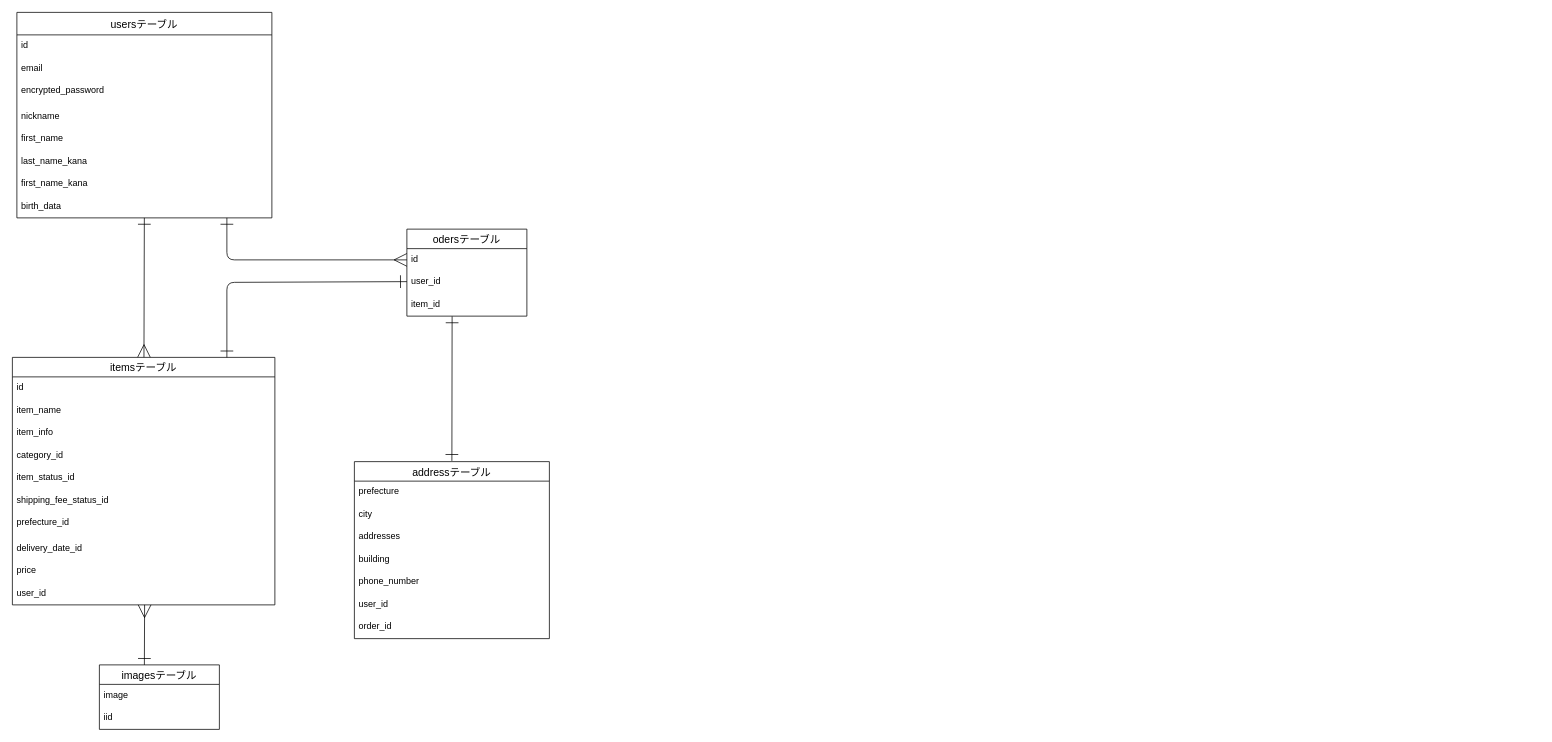
Before: furima.dio in toyotsushima/FURIMA, a draw.io diagram. Source tidied: cells renumbered, new cells numbered last; positions are measured from the earlier drawing's top-left corner, leaving out a move shared by most shapes. Both pictures are drawn from the tidied source at 75%, with x=0, y=0 at pixel (12, 12).
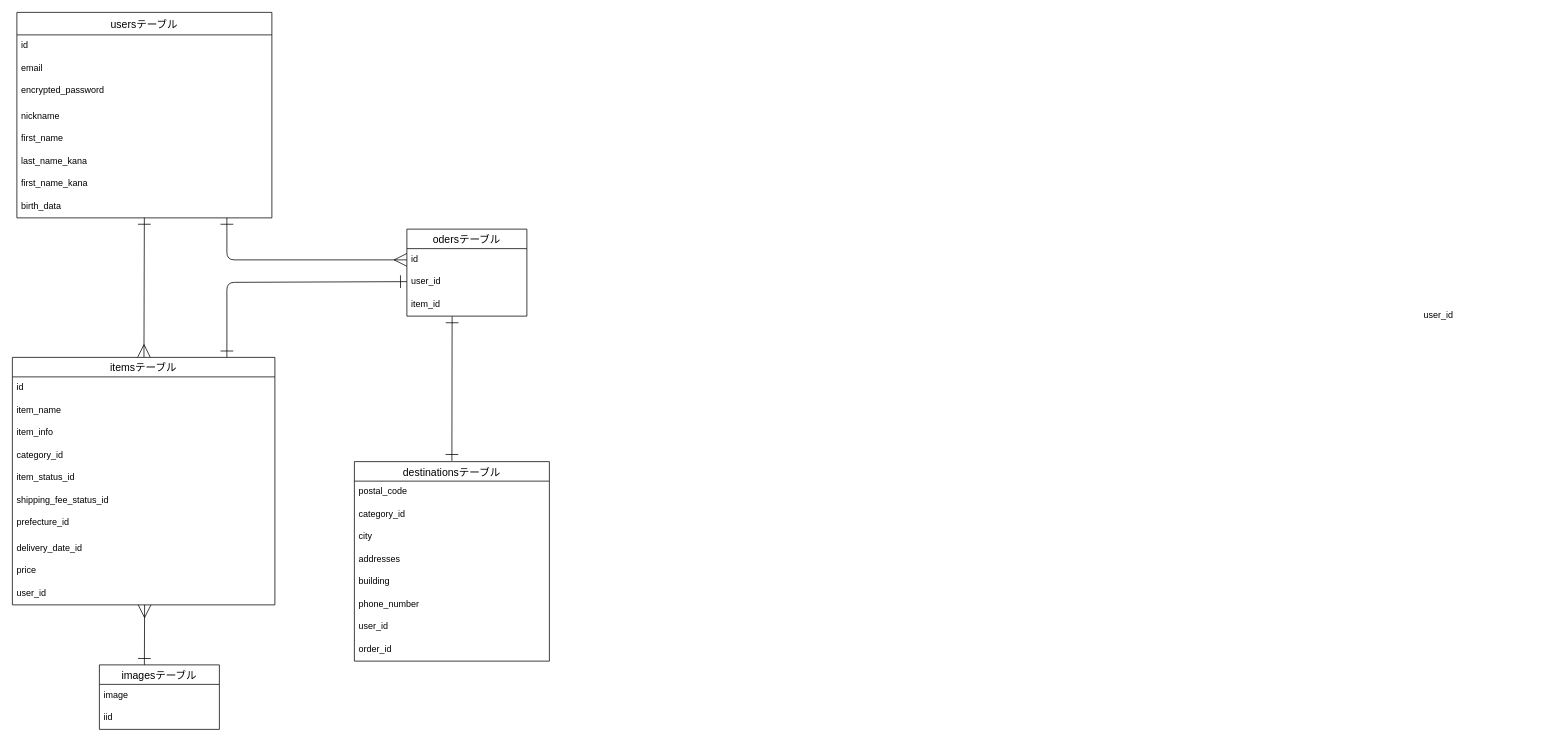
The same page after the edit.

Unchanged cells that the change refers to:
```xml
<mxCell id="32" value="odersテーブル" style="swimlane;fontStyle=0;horizontal=1;startSize=26;align=center;fontSize=14;" parent="1" vertex="1">
  <mxGeometry x="526" y="289" width="160" height="116" as="geometry" />
</mxCell>
```

What changed in the source:
```diff
@@
-    <mxCell id="24" value="addressテーブル" style="swimlane;fontStyle=0;horizontal=1;startSize=26;align=center;fontSize=14;" parent="1" vertex="1">
-      <mxGeometry x="456" y="599" width="260" height="236" as="geometry" />
+    <mxCell id="24" value="destinationsテーブル" style="swimlane;fontStyle=0;horizontal=1;startSize=26;align=center;fontSize=14;" parent="1" vertex="1">
+      <mxGeometry x="456" y="599" width="260" height="266" as="geometry" />
     </mxCell>
+    <mxCell id="42" value="postal_code" style="text;strokeColor=none;fillColor=none;spacingLeft=4;spacingRight=4;overflow=hidden;fontSize=12;" parent="24" vertex="1">
+      <mxGeometry y="26" width="260" height="30" as="geometry" />
+    </mxCell>
-    <mxCell id="25" value="prefecture" style="text;strokeColor=none;fillColor=none;spacingLeft=4;spacingRight=4;overflow=hidden;fontSize=12;" parent="24" vertex="1">
-      <mxGeometry y="26" width="260" height="30" as="geometry" />
+    <mxCell id="25" value="category_id" style="text;strokeColor=none;fillColor=none;spacingLeft=4;spacingRight=4;overflow=hidden;fontSize=12;" parent="24" vertex="1">
+      <mxGeometry y="56" width="260" height="30" as="geometry" />
     </mxCell>
     <mxCell id="26" value="city" style="text;strokeColor=none;fillColor=none;spacingLeft=4;spacingRight=4;overflow=hidden;fontSize=12;" parent="24" vertex="1">
-      <mxGeometry y="56" width="260" height="30" as="geometry" />
+      <mxGeometry y="86" width="260" height="30" as="geometry" />
     </mxCell>
     <mxCell id="27" value="addresses" style="text;strokeColor=none;fillColor=none;spacingLeft=4;spacingRight=4;overflow=hidden;fontSize=12;" parent="24" vertex="1">
-      <mxGeometry y="86" width="260" height="30" as="geometry" />
+      <mxGeometry y="116" width="260" height="30" as="geometry" />
     </mxCell>
     <mxCell id="28" value="building " style="text;strokeColor=none;fillColor=none;spacingLeft=4;spacingRight=4;overflow=hidden;fontSize=12;" parent="24" vertex="1">
-      <mxGeometry y="116" width="260" height="30" as="geometry" />
+      <mxGeometry y="146" width="260" height="30" as="geometry" />
     </mxCell>
     <mxCell id="29" value="phone_number" style="text;strokeColor=none;fillColor=none;spacingLeft=4;spacingRight=4;overflow=hidden;fontSize=12;" parent="24" vertex="1">
-      <mxGeometry y="146" width="260" height="30" as="geometry" />
+      <mxGeometry y="176" width="260" height="30" as="geometry" />
     </mxCell>
     <mxCell id="30" value="user_id" style="text;strokeColor=none;fillColor=none;spacingLeft=4;spacingRight=4;overflow=hidden;fontSize=12;" parent="24" vertex="1">
-      <mxGeometry y="176" width="260" height="30" as="geometry" />
+      <mxGeometry y="206" width="260" height="30" as="geometry" />
     </mxCell>
     <mxCell id="31" value="order_id" style="text;strokeColor=none;fillColor=none;spacingLeft=4;spacingRight=4;overflow=hidden;fontSize=12;" parent="24" vertex="1">
-      <mxGeometry y="206" width="260" height="30" as="geometry" />
+      <mxGeometry y="236" width="260" height="30" as="geometry" />
     </mxCell>
@@
-    <mxCell id="34" value="user_id" style="text;strokeColor=none;fillColor=none;spacingLeft=4;spacingRight=4;overflow=hidden;fontSize=12;" parent="32" vertex="1">
-      <mxGeometry y="56" width="160" height="30" as="geometry" />
-    </mxCell>
+    <mxCell id="43" value="user_id" style="text;strokeColor=none;fillColor=none;spacingLeft=4;spacingRight=4;overflow=hidden;fontSize=12;" parent="32" vertex="1">
+      <mxGeometry y="56" width="160" height="30" as="geometry" />
+    </mxCell>
@@
+    <mxCell id="34" value="user_id" style="text;strokeColor=none;fillColor=none;spacingLeft=4;spacingRight=4;overflow=hidden;fontSize=12;" parent="1" vertex="1">
+      <mxGeometry x="1876" y="390" width="160" height="30" as="geometry" />
+    </mxCell>
```
